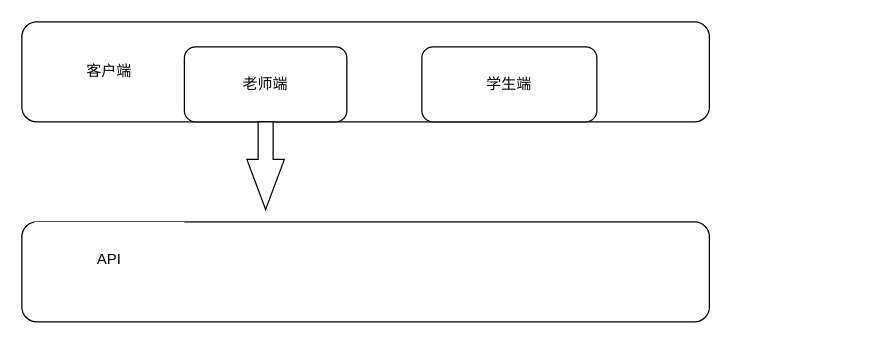
The draw.io diagram src/约课计划.drawio in threeFireBuilder/ThreadStudy, before the edit. Source tidied: cells renumbered, new cells numbered last; positions are measured from the earlier drawing's top-left corner, leaving out a move shared by most shapes. Both pictures are drawn from the tidied source at 125%, with x=0, y=0 at pixel (21, 21).
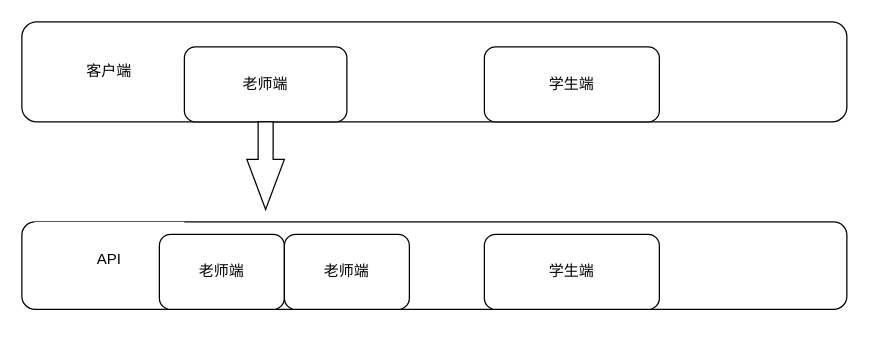
The same diagram, later.

Commit message (it also covers changes not shown here):
更新约课计划.drawio

Change to the diagram source:
```diff
@@
 <mxGraphModel>
   <root>
     <mxCell id="0" />
     <mxCell id="1" parent="0" />
     <mxCell id="2" style="rounded=1;whiteSpace=wrap;html=1;" parent="1" vertex="1">
-      <mxGeometry width="550" height="80" as="geometry" />
+      <mxGeometry width="660" height="80" as="geometry" />
     </mxCell>
     <mxCell id="3" value="客户端" style="rounded=0;whiteSpace=wrap;html=1;strokeColor=none;" parent="1" vertex="1">
       <mxGeometry x="10" y="10" width="120" height="60" as="geometry" />
     </mxCell>
     <mxCell id="4" value="老师端" style="rounded=1;whiteSpace=wrap;html=1;" parent="1" vertex="1">
       <mxGeometry x="130" y="20" width="130" height="60" as="geometry" />
     </mxCell>
     <mxCell id="5" value="学生端" style="rounded=1;whiteSpace=wrap;html=1;" parent="1" vertex="1">
-      <mxGeometry x="320" y="20" width="140" height="60" as="geometry" />
+      <mxGeometry x="370" y="20" width="140" height="60" as="geometry" />
     </mxCell>
     <mxCell id="6" style="rounded=1;whiteSpace=wrap;html=1;" parent="1" vertex="1">
-      <mxGeometry y="160" width="550" height="80" as="geometry" />
+      <mxGeometry y="160" width="660" height="70" as="geometry" />
     </mxCell>
     <mxCell id="7" value="API" style="rounded=0;whiteSpace=wrap;html=1;strokeColor=none;" parent="1" vertex="1">
       <mxGeometry x="10" y="160" width="120" height="60" as="geometry" />
     </mxCell>
     <mxCell id="8" style="html=1;shadow=0;dashed=0;align=center;verticalAlign=middle;shape=mxgraph.arrows2.arrow;dy=0.6;dx=40;direction=south;notch=0;" parent="1" vertex="1">
       <mxGeometry x="180" y="80" width="30" height="70" as="geometry" />
     </mxCell>
+    <mxCell id="9" value="老师端" style="rounded=1;whiteSpace=wrap;html=1;" parent="1" vertex="1">
+      <mxGeometry x="110" y="170" width="100" height="60" as="geometry" />
+    </mxCell>
+    <mxCell id="10" value="老师端" style="rounded=1;whiteSpace=wrap;html=1;" parent="1" vertex="1">
+      <mxGeometry x="210" y="170" width="100" height="60" as="geometry" />
+    </mxCell>
+    <mxCell id="11" value="学生端" style="rounded=1;whiteSpace=wrap;html=1;" parent="1" vertex="1">
+      <mxGeometry x="370" y="170" width="140" height="60" as="geometry" />
+    </mxCell>
   </root>
 </mxGraphModel>
```
